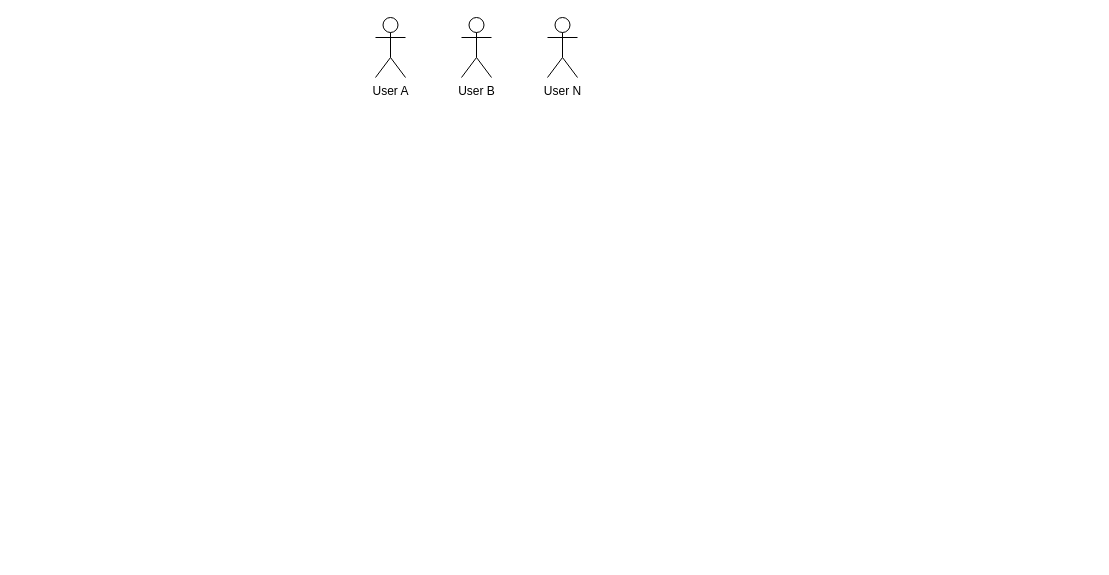
PurthaShaariyaar/nQueen keeps this draw.io diagram as DNS Distributed Storage System .drawio. Above is the earlier version. Source tidied: cells renumbered, new cells numbered last; positions are measured from the earlier drawing's top-left corner, leaving out a move shared by most shapes. Both pictures are drawn from the tidied source at 100%, with x=0, y=0 at pixel (375, 17).
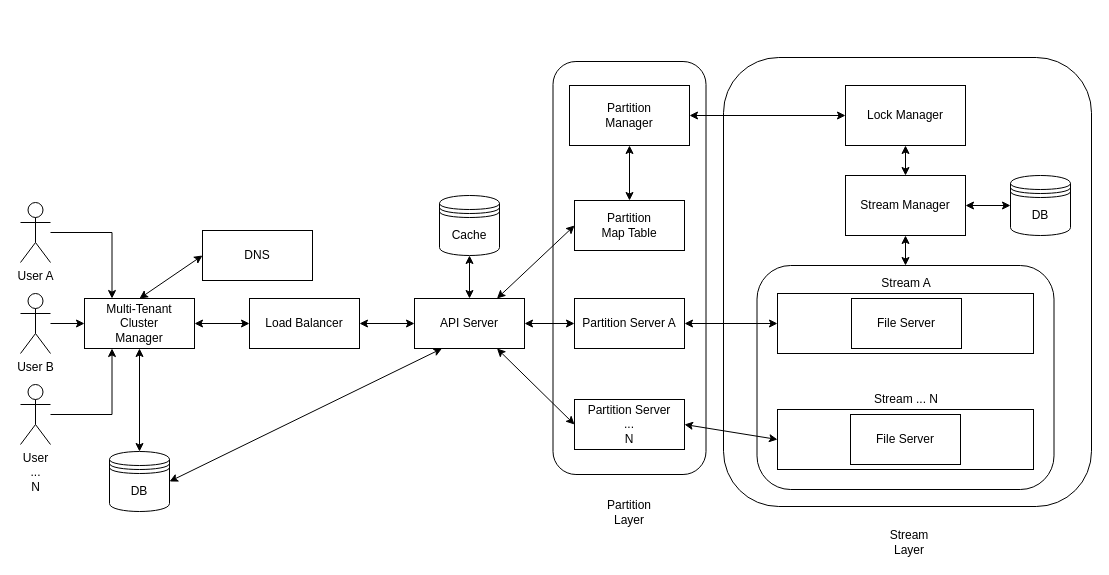
Above is the later version.

The edit, as a diff of the source:
```diff
@@
+    <mxCell id="5" style="edgeStyle=orthogonalEdgeStyle;rounded=0;jettySize=auto;html=1;entryX=0.25;entryY=0;entryDx=0;entryDy=0;" parent="1" edge="1" source="2" target="8">
+      <mxGeometry relative="1" as="geometry" />
+    </mxCell>
     <mxCell id="2" value="User A" style="shape=umlActor;verticalLabelPosition=bottom;verticalAlign=top;html=1;" parent="1" vertex="1">
-      <mxGeometry width="30" height="60" as="geometry" />
+      <mxGeometry x="-355" y="185" width="30" height="60" as="geometry" />
     </mxCell>
+    <mxCell id="6" style="edgeStyle=orthogonalEdgeStyle;rounded=0;jettySize=auto;html=1;entryX=0;entryY=0.5;entryDx=0;entryDy=0;" parent="1" edge="1" source="3" target="8">
+      <mxGeometry relative="1" as="geometry" />
+    </mxCell>
     <mxCell id="3" value="User B" style="shape=umlActor;verticalLabelPosition=bottom;verticalAlign=top;html=1;" parent="1" vertex="1">
-      <mxGeometry x="86" width="30" height="60" as="geometry" />
+      <mxGeometry x="-355" y="276" width="30" height="60" as="geometry" />
     </mxCell>
+    <mxCell id="7" style="edgeStyle=orthogonalEdgeStyle;rounded=0;jettySize=auto;html=1;entryX=0.25;entryY=1;entryDx=0;entryDy=0;" parent="1" edge="1" source="4" target="8">
+      <mxGeometry relative="1" as="geometry" />
+    </mxCell>
-    <mxCell id="4" value="User N" style="shape=umlActor;verticalLabelPosition=bottom;verticalAlign=top;html=1;" parent="1" vertex="1">
-      <mxGeometry x="172" width="30" height="60" as="geometry" />
+    <mxCell id="4" value="User &lt;br&gt;...&lt;br&gt;N" style="shape=umlActor;verticalLabelPosition=bottom;verticalAlign=top;html=1;" parent="1" vertex="1">
+      <mxGeometry x="-355" y="367" width="30" height="60" as="geometry" />
     </mxCell>
+    <mxCell id="8" value="Multi-Tenant&lt;br&gt;Cluster&lt;br&gt;Manager" style="html=1;whiteSpace=wrap;" parent="1" vertex="1">
+      <mxGeometry x="-291" y="281" width="110" height="50" as="geometry" />
+    </mxCell>
+    <mxCell id="9" value="DNS" style="html=1;whiteSpace=wrap;" parent="1" vertex="1">
+      <mxGeometry x="-173" y="213" width="110" height="50" as="geometry" />
+    </mxCell>
+    <mxCell id="10" value="Load Balancer" style="html=1;whiteSpace=wrap;" parent="1" vertex="1">
+      <mxGeometry x="-126" y="281" width="110" height="50" as="geometry" />
+    </mxCell>
+    <mxCell id="11" style="endArrow=classic;startArrow=classic;html=1;rounded=0;exitX=0.5;exitY=0;exitDx=0;exitDy=0;entryX=0;entryY=0.5;entryDx=0;entryDy=0;" parent="1" edge="1" source="8" target="9">
+      <mxGeometry relative="1" as="geometry" />
+    </mxCell>
+    <mxCell id="12" style="endArrow=classic;startArrow=classic;html=1;rounded=0;exitX=0.5;exitY=1;exitDx=0;exitDy=0;entryX=0.5;entryY=0;entryDx=0;entryDy=0;" parent="1" edge="1" source="8" target="16">
+      <mxGeometry relative="1" as="geometry" />
+    </mxCell>
+    <mxCell id="13" style="endArrow=classic;startArrow=classic;html=1;rounded=0;exitX=1;exitY=0.5;exitDx=0;exitDy=0;entryX=0;entryY=0.5;entryDx=0;entryDy=0;" parent="1" edge="1" source="8" target="10">
+      <mxGeometry relative="1" as="geometry" />
+    </mxCell>
+    <mxCell id="14" value="API Server" style="html=1;whiteSpace=wrap;" parent="1" vertex="1">
+      <mxGeometry x="39" y="281" width="110" height="50" as="geometry" />
+    </mxCell>
+    <mxCell id="15" style="endArrow=classic;startArrow=classic;html=1;rounded=0;exitX=1;exitY=0.5;exitDx=0;exitDy=0;entryX=0;entryY=0.5;entryDx=0;entryDy=0;" parent="1" edge="1" source="10" target="14">
+      <mxGeometry relative="1" as="geometry" />
+    </mxCell>
+    <mxCell id="16" value="DB" style="shape=datastore;whiteSpace=wrap;html=1;" parent="1" vertex="1">
+      <mxGeometry x="-266" y="434" width="60" height="60" as="geometry" />
+    </mxCell>
+    <mxCell id="17" value="Cache" style="shape=datastore;whiteSpace=wrap;html=1;" parent="1" vertex="1">
+      <mxGeometry x="64" y="178" width="60" height="60" as="geometry" />
+    </mxCell>
+    <mxCell id="18" style="endArrow=classic;startArrow=classic;html=1;rounded=0;exitX=0.5;exitY=0;exitDx=0;exitDy=0;entryX=0.5;entryY=1;entryDx=0;entryDy=0;" parent="1" edge="1" source="14" target="17">
+      <mxGeometry relative="1" as="geometry" />
+    </mxCell>
+    <mxCell id="19" style="endArrow=classic;startArrow=classic;html=1;rounded=0;exitX=1;exitY=0.5;exitDx=0;exitDy=0;entryX=0.25;entryY=1;entryDx=0;entryDy=0;" parent="1" edge="1" source="16" target="14">
+      <mxGeometry relative="1" as="geometry" />
+    </mxCell>
+    <mxCell id="20" value="Partition Server A" style="html=1;whiteSpace=wrap;" parent="1" vertex="1">
+      <mxGeometry x="199" y="281" width="110" height="50" as="geometry" />
+    </mxCell>
+    <mxCell id="21" value="Partition Server&lt;br&gt;...&lt;br&gt;N" style="html=1;whiteSpace=wrap;" parent="1" vertex="1">
+      <mxGeometry x="199" y="382" width="110" height="50" as="geometry" />
+    </mxCell>
+    <mxCell id="22" style="endArrow=classic;startArrow=classic;html=1;rounded=0;entryX=0;entryY=0.5;entryDx=0;entryDy=0;exitX=1;exitY=0.5;exitDx=0;exitDy=0;" parent="1" edge="1" source="14" target="20">
+      <mxGeometry relative="1" as="geometry" />
+    </mxCell>
+    <mxCell id="23" style="endArrow=classic;startArrow=classic;html=1;rounded=0;exitX=0.75;exitY=1;exitDx=0;exitDy=0;entryX=0;entryY=0.5;entryDx=0;entryDy=0;" parent="1" edge="1" source="14" target="21">
+      <mxGeometry relative="1" as="geometry" />
+    </mxCell>
+    <mxCell id="24" value="Partition &lt;br&gt;Map Table" style="html=1;whiteSpace=wrap;" parent="1" vertex="1">
+      <mxGeometry x="199" y="183" width="110" height="50" as="geometry" />
+    </mxCell>
+    <mxCell id="25" style="endArrow=classic;startArrow=classic;html=1;rounded=0;entryX=0;entryY=0.5;entryDx=0;entryDy=0;exitX=0.75;exitY=0;exitDx=0;exitDy=0;" parent="1" edge="1" source="14" target="24">
+      <mxGeometry relative="1" as="geometry" />
+    </mxCell>
+    <mxCell id="26" style="rounded=0;whiteSpace=wrap;html=1;" parent="1" vertex="1">
+      <mxGeometry x="402" y="276" width="256" height="60" as="geometry" />
+    </mxCell>
+    <mxCell id="27" value="Stream A" style="text;html=1;strokeColor=none;fillColor=none;align=center;verticalAlign=middle;whiteSpace=wrap;rounded=0;" parent="1" vertex="1">
+      <mxGeometry x="501" y="251" width="60" height="30" as="geometry" />
+    </mxCell>
+    <mxCell id="28" style="rounded=0;whiteSpace=wrap;html=1;" parent="1" vertex="1">
+      <mxGeometry x="402" y="392" width="256" height="60" as="geometry" />
+    </mxCell>
+    <mxCell id="29" value="Stream ... N" style="text;html=1;strokeColor=none;fillColor=none;align=center;verticalAlign=middle;whiteSpace=wrap;rounded=0;" parent="1" vertex="1">
+      <mxGeometry x="480" y="367" width="102" height="30" as="geometry" />
+    </mxCell>
+    <mxCell id="30" style="endArrow=classic;startArrow=classic;html=1;rounded=0;entryX=0;entryY=0.5;entryDx=0;entryDy=0;exitX=1;exitY=0.5;exitDx=0;exitDy=0;" parent="1" edge="1" source="21" target="28">
+      <mxGeometry relative="1" as="geometry" />
+    </mxCell>
+    <mxCell id="31" style="endArrow=classic;startArrow=classic;html=1;rounded=0;entryX=0;entryY=0.5;entryDx=0;entryDy=0;exitX=1;exitY=0.5;exitDx=0;exitDy=0;" parent="1" edge="1" source="20" target="26">
+      <mxGeometry relative="1" as="geometry" />
+    </mxCell>
+    <mxCell id="32" value="File Server" style="html=1;whiteSpace=wrap;" parent="1" vertex="1">
+      <mxGeometry x="476" y="281" width="110" height="50" as="geometry" />
+    </mxCell>
+    <mxCell id="33" value="File Server" style="html=1;whiteSpace=wrap;" parent="1" vertex="1">
+      <mxGeometry x="475" y="397" width="110" height="50" as="geometry" />
+    </mxCell>
+    <mxCell id="34" style="endArrow=classic;startArrow=classic;html=1;rounded=0;entryX=0.5;entryY=1;entryDx=0;entryDy=0;exitX=0.5;exitY=0;exitDx=0;exitDy=0;" parent="1" edge="1" source="24" target="35">
+      <mxGeometry relative="1" as="geometry" />
+    </mxCell>
+    <mxCell id="35" value="Partition&lt;br&gt;Manager" style="rounded=0;whiteSpace=wrap;html=1;" parent="1" vertex="1">
+      <mxGeometry x="194" y="68" width="120" height="60" as="geometry" />
+    </mxCell>
+    <mxCell id="36" value="Lock Manager" style="rounded=0;whiteSpace=wrap;html=1;" parent="1" vertex="1">
+      <mxGeometry x="470" y="68" width="120" height="60" as="geometry" />
+    </mxCell>
+    <mxCell id="37" style="endArrow=classic;startArrow=classic;html=1;rounded=0;exitX=1;exitY=0.5;exitDx=0;exitDy=0;entryX=0;entryY=0.5;entryDx=0;entryDy=0;" parent="1" edge="1" source="35" target="36">
+      <mxGeometry relative="1" as="geometry" />
+    </mxCell>
+    <mxCell id="38" style="rounded=1;whiteSpace=wrap;html=1;fillColor=none;" parent="1" vertex="1">
+      <mxGeometry x="177.5" y="44" width="153" height="413" as="geometry" />
+    </mxCell>
+    <mxCell id="39" value="Partition&lt;br&gt;Layer" style="text;html=1;strokeColor=none;fillColor=none;align=center;verticalAlign=middle;whiteSpace=wrap;rounded=0;" parent="1" vertex="1">
+      <mxGeometry x="224" y="480" width="60" height="30" as="geometry" />
+    </mxCell>
+    <mxCell id="40" value="Stream Manager" style="rounded=0;whiteSpace=wrap;html=1;" parent="1" vertex="1">
+      <mxGeometry x="470" y="158" width="120" height="60" as="geometry" />
+    </mxCell>
+    <mxCell id="41" style="rounded=1;whiteSpace=wrap;html=1;fillColor=none;" parent="1" vertex="1">
+      <mxGeometry x="381.5" y="248" width="297" height="224" as="geometry" />
+    </mxCell>
+    <mxCell id="42" style="endArrow=classic;startArrow=classic;html=1;rounded=0;entryX=0.5;entryY=1;entryDx=0;entryDy=0;exitX=0.5;exitY=0;exitDx=0;exitDy=0;" parent="1" edge="1" source="41" target="40">
+      <mxGeometry relative="1" as="geometry" />
+    </mxCell>
+    <mxCell id="43" value="Stream Layer" style="text;html=1;strokeColor=none;fillColor=none;align=center;verticalAlign=middle;whiteSpace=wrap;rounded=0;" parent="1" vertex="1">
+      <mxGeometry x="504" y="510" width="60" height="30" as="geometry" />
+    </mxCell>
+    <mxCell id="44" value="DB" style="shape=datastore;whiteSpace=wrap;html=1;" parent="1" vertex="1">
+      <mxGeometry x="635" y="158" width="60" height="60" as="geometry" />
+    </mxCell>
+    <mxCell id="45" style="endArrow=classic;startArrow=classic;html=1;rounded=0;entryX=0;entryY=0.5;entryDx=0;entryDy=0;exitX=1;exitY=0.5;exitDx=0;exitDy=0;" parent="1" edge="1" source="40" target="44">
+      <mxGeometry relative="1" as="geometry" />
+    </mxCell>
+    <mxCell id="46" style="endArrow=classic;startArrow=classic;html=1;rounded=0;entryX=0.5;entryY=1;entryDx=0;entryDy=0;exitX=0.5;exitY=0;exitDx=0;exitDy=0;" parent="1" edge="1" source="40" target="36">
+      <mxGeometry relative="1" as="geometry" />
+    </mxCell>
+    <mxCell id="47" style="rounded=1;whiteSpace=wrap;html=1;fillColor=none;" parent="1" vertex="1">
+      <mxGeometry x="348" y="40" width="368" height="449" as="geometry" />
+    </mxCell>
```
